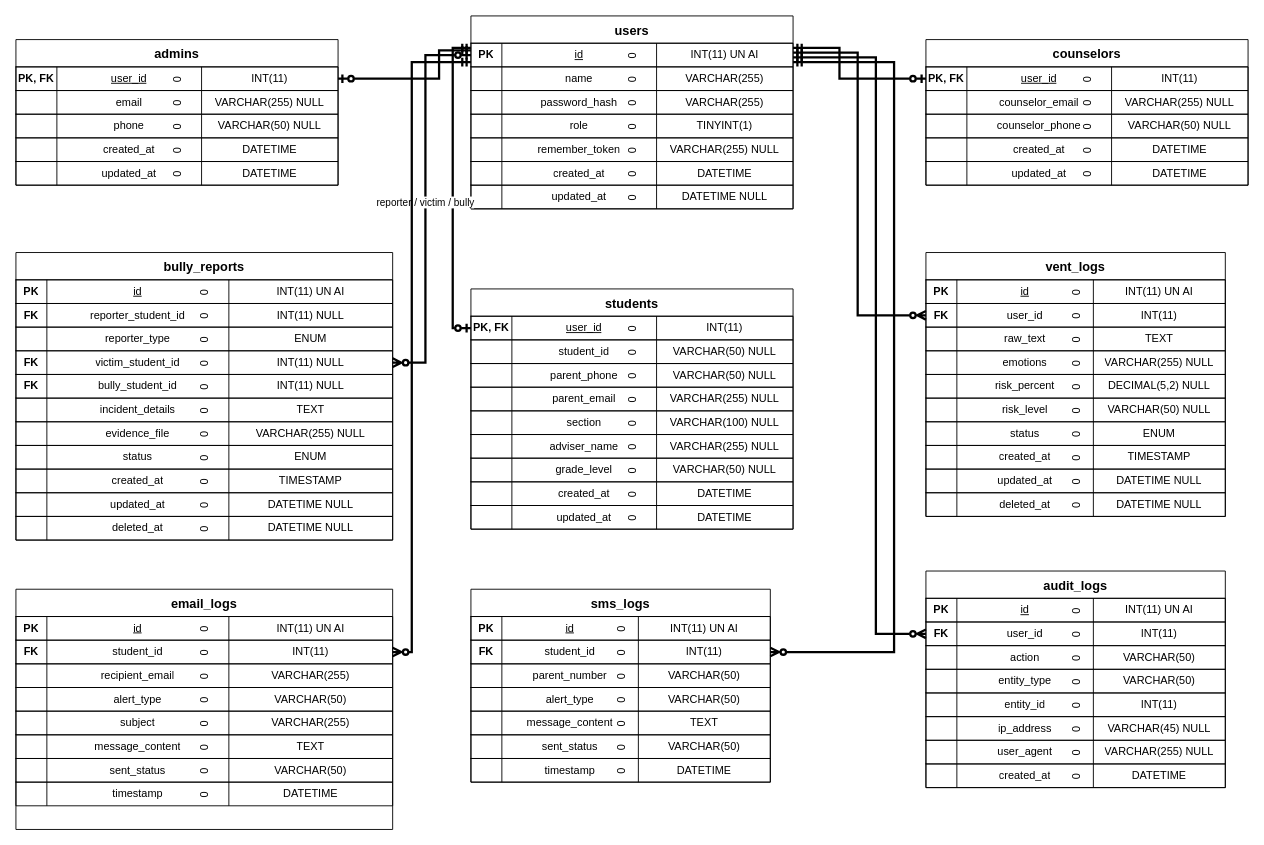
This is docs/erd_diagram.drawio from CrayCray3000/StudentShield-SoftwareEngineering, a draw.io file, before an edit. Source tidied: cells renumbered, new cells numbered last; positions are measured from the earlier drawing's top-left corner, leaving out a move shared by most shapes. Both pictures are drawn from the tidied source at 91%, with x=0, y=0 at pixel (15, 15).
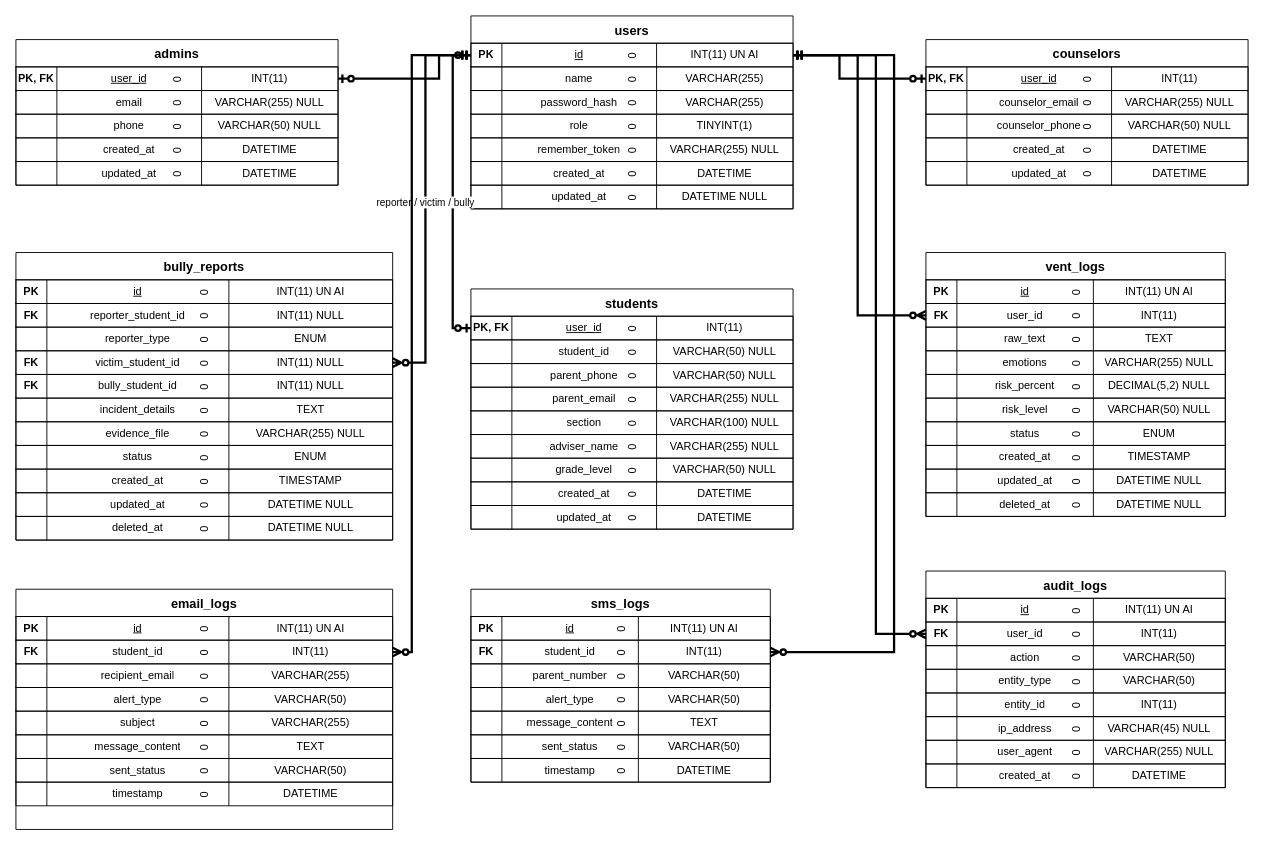
The same page after the edit.

Commit message (it also covers changes not shown here):
fix(erd): combine all exit horizontal lines of users table into unified bus at y=63

Unchanged cells that the change refers to:
```xml
<mxCell id="3" value="0" style="shape=tableRow;horizontal=0;startSize=0;swimlaneHead=0;swimlaneBody=0;fillColor=none;points=[[0,0.5],[1,0.5]];portConstraint=eastwest;fontSize=12;strokeColor=inherit;" parent="2" vertex="1">
  <mxGeometry y="30" width="354" height="26" as="geometry" />
</mxCell>
<mxCell id="32" value="0" style="shape=tableRow;horizontal=0;startSize=0;swimlaneHead=0;swimlaneBody=0;fillColor=none;points=[[0,0.5],[1,0.5]];portConstraint=eastwest;fontSize=12;strokeColor=inherit;" parent="31" vertex="1">
  <mxGeometry y="30" width="354" height="26" as="geometry" />
</mxCell>
<mxCell id="69" value="0" style="shape=tableRow;horizontal=0;startSize=0;swimlaneHead=0;swimlaneBody=0;fillColor=none;points=[[0,0.5],[1,0.5]];portConstraint=eastwest;fontSize=12;strokeColor=inherit;" parent="68" vertex="1">
  <mxGeometry y="30" width="354" height="26" as="geometry" />
</mxCell>
<mxCell id="90" value="0" style="shape=tableRow;horizontal=0;startSize=0;swimlaneHead=0;swimlaneBody=0;fillColor=none;points=[[0,0.5],[1,0.5]];portConstraint=eastwest;fontSize=12;strokeColor=inherit;" parent="89" vertex="1">
  <mxGeometry y="30" width="354" height="26" as="geometry" />
</mxCell>
<mxCell id="115" value="0" style="shape=tableRow;horizontal=0;startSize=0;swimlaneHead=0;swimlaneBody=0;fillColor=none;points=[[0,0.5],[1,0.5]];portConstraint=eastwest;fontSize=12;strokeColor=inherit;" parent="110" vertex="1">
  <mxGeometry y="56" width="329" height="26" as="geometry" />
</mxCell>
<mxCell id="156" value="0" style="shape=tableRow;horizontal=0;startSize=0;swimlaneHead=0;swimlaneBody=0;fillColor=none;points=[[0,0.5],[1,0.5]];portConstraint=eastwest;fontSize=12;strokeColor=inherit;" parent="151" vertex="1">
  <mxGeometry y="56" width="329" height="26" as="geometry" />
</mxCell>
<mxCell id="189" value="0" style="shape=tableRow;horizontal=0;startSize=0;swimlaneHead=0;swimlaneBody=0;fillColor=none;points=[[0,0.5],[1,0.5]];portConstraint=eastwest;fontSize=12;strokeColor=inherit;" parent="184" vertex="1">
  <mxGeometry y="56" width="329" height="26" as="geometry" />
</mxCell>
<mxCell id="263" value="0" style="shape=tableRow;horizontal=0;startSize=0;swimlaneHead=0;swimlaneBody=0;fillColor=none;points=[[0,0.5],[1,0.5]];portConstraint=eastwest;fontSize=12;strokeColor=inherit;" parent="258" vertex="1">
  <mxGeometry y="56" width="414" height="26" as="geometry" />
</mxCell>
```

The edit, as a diff of the source:
```diff
@@
-    <mxCell id="291" style="edgeStyle=orthogonalEdgeStyle;rounded=0;jettySize=auto;html=1;endArrow=ERzeroToOne;endFill=0;startArrow=ERmandOne;startFill=0;strokeColor=#000000;strokeWidth=2.5;exitX=0;exitY=0.2;exitDx=0;exitDy=0;exitPerimeter=0;entryX=0;entryY=0.5;entryDx=0;entryDy=0;entryPerimeter=0;" parent="1" edge="1" source="3" target="32">
+    <mxCell id="291" style="edgeStyle=orthogonalEdgeStyle;rounded=0;jettySize=auto;html=1;endArrow=ERzeroToOne;endFill=0;startArrow=ERmandOne;startFill=0;strokeColor=#000000;strokeWidth=2.5;exitX=0;exitY=0.5;exitDx=0;exitDy=0;exitPerimeter=0;entryX=0;entryY=0.5;entryDx=0;entryDy=0;entryPerimeter=0;" parent="1" edge="1" source="3" target="32">
       <mxGeometry relative="1" as="geometry">
         <Array as="points">
-          <mxPoint x="480" y="35" />
+          <mxPoint x="480" y="43" />
           <mxPoint x="480" y="343" />
         </Array>
       </mxGeometry>
     </mxCell>
-    <mxCell id="292" style="edgeStyle=orthogonalEdgeStyle;rounded= rounded=0;jettySize=auto;html=1;endArrow=ERzeroToOne;endFill=0;startArrow=ERmandOne;startFill=0;strokeColor=#000000;strokeWidth=2.5;exitX=1;exitY=0.2;exitDx=0;exitDy=0;exitPerimeter=0;entryX=0;entryY=0.5;entryDx=0;entryDy=0;entryPerimeter=0;" parent="1" edge="1" source="3" target="69">
+    <mxCell id="292" style="edgeStyle=orthogonalEdgeStyle;rounded=0;jettySize=auto;html=1;endArrow=ERzeroToOne;endFill=0;startArrow=ERmandOne;startFill=0;strokeColor=#000000;strokeWidth=2.5;exitX=1;exitY=0.5;exitDx=0;exitDy=0;exitPerimeter=0;entryX=0;entryY=0.5;entryDx=0;entryDy=0;entryPerimeter=0;" parent="1" edge="1" source="3" target="69">
       <mxGeometry relative="1" as="geometry">
         <Array as="points">
-          <mxPoint x="905" y="35" />
+          <mxPoint x="905" y="43" />
           <mxPoint x="905" y="69" />
         </Array>
       </mxGeometry>
     </mxCell>
-    <mxCell id="293" style="edgeStyle=orthogonalEdgeStyle;rounded=0;jettySize=auto;html=1;endArrow=ERzeroToOne;endFill=0;startArrow=ERmandOne;startFill=0;strokeColor=#000000;strokeWidth=2.5;exitX=0;exitY=0.3;exitDx=0;exitDy=0;exitPerimeter=0;entryX=1;entryY=0.5;entryDx=0;entryDy=0;entryPerimeter=0;" parent="1" edge="1" source="3" target="90">
+    <mxCell id="293" style="edgeStyle=orthogonalEdgeStyle;rounded=0;jettySize=auto;html=1;endArrow=ERzeroToOne;endFill=0;startArrow=ERmandOne;startFill=0;strokeColor=#000000;strokeWidth=2.5;exitX=0;exitY=0.5;exitDx=0;exitDy=0;exitPerimeter=0;entryX=1;entryY=0.5;entryDx=0;entryDy=0;entryPerimeter=0;" parent="1" edge="1" source="3" target="90">
       <mxGeometry relative="1" as="geometry">
         <Array as="points">
-          <mxPoint x="465" y="38" />
+          <mxPoint x="465" y="43" />
           <mxPoint x="465" y="69" />
         </Array>
       </mxGeometry>
     </mxCell>
-    <mxCell id="294" style="edgeStyle=orthogonalEdgeStyle;rounded=0;jettySize=auto;html=1;endArrow=ERzeroToMany;endFill=0;startArrow=ERmandOne;startFill=0;strokeColor=#000000;strokeWidth=2.5;exitX=1;exitY=0.4;exitDx=0;exitDy=0;exitPerimeter=0;entryX=0;entryY=0.5;entryDx=0;entryDy=0;entryPerimeter=0;" parent="1" edge="1" source="3" target="115">
+    <mxCell id="294" style="edgeStyle=orthogonalEdgeStyle;rounded=0;jettySize=auto;html=1;endArrow=ERzeroToMany;endFill=0;startArrow=ERmandOne;startFill=0;strokeColor=#000000;strokeWidth=2.5;exitX=1;exitY=0.5;exitDx=0;exitDy=0;exitPerimeter=0;entryX=0;entryY=0.5;entryDx=0;entryDy=0;entryPerimeter=0;" parent="1" edge="1" source="3" target="115">
       <mxGeometry relative="1" as="geometry">
         <Array as="points">
-          <mxPoint x="925" y="40" />
+          <mxPoint x="925" y="43" />
           <mxPoint x="925" y="329" />
         </Array>
       </mxGeometry>
     </mxCell>
-    <mxCell id="295" style="edgeStyle=orthogonalEdgeStyle;rounded=0;jettySize=auto;html=1;endArrow=ERzeroToMany;endFill=0;startArrow=ERmandOne;startFill=0;strokeColor=#000000;strokeWidth=2.5;exitX=1;exitY=0.6;exitDx=0;exitDy=0;exitPerimeter=0;entryX=0;entryY=0.5;entryDx=0;entryDy=0;entryPerimeter=0;" parent="1" edge="1" source="3" target="156">
+    <mxCell id="295" style="edgeStyle=orthogonalEdgeStyle;rounded=0;jettySize=auto;html=1;endArrow=ERzeroToMany;endFill=0;startArrow=ERmandOne;startFill=0;strokeColor=#000000;strokeWidth=2.5;exitX=1;exitY=0.5;exitDx=0;exitDy=0;exitPerimeter=0;entryX=0;entryY=0.5;entryDx=0;entryDy=0;entryPerimeter=0;" parent="1" edge="1" source="3" target="156">
       <mxGeometry relative="1" as="geometry">
         <Array as="points">
-          <mxPoint x="945" y="46" />
+          <mxPoint x="945" y="43" />
           <mxPoint x="945" y="679" />
         </Array>
       </mxGeometry>
     </mxCell>
-    <mxCell id="296" style="edgeStyle=orthogonalEdgeStyle;rounded=0;jettySize=auto;html=1;endArrow=ERzeroToMany;endFill=0;startArrow=ERmandOne;startFill=0;strokeColor=#000000;strokeWidth=2.5;exitX=1;exitY=0.8;exitDx=0;exitDy=0;exitPerimeter=0;entryX=1;entryY=0.5;entryDx=0;entryDy=0;entryPerimeter=0;" parent="1" edge="1" source="3" target="189">
+    <mxCell id="296" style="edgeStyle=orthogonalEdgeStyle;rounded=0;jettySize=auto;html=1;endArrow=ERzeroToMany;endFill=0;startArrow=ERmandOne;startFill=0;strokeColor=#000000;strokeWidth=2.5;exitX=1;exitY=0.5;exitDx=0;exitDy=0;exitPerimeter=0;entryX=1;entryY=0.5;entryDx=0;entryDy=0;entryPerimeter=0;" parent="1" edge="1" source="3" target="189">
       <mxGeometry relative="1" as="geometry">
         <Array as="points">
-          <mxPoint x="965" y="51" />
+          <mxPoint x="965" y="43" />
           <mxPoint x="965" y="699" />
         </Array>
       </mxGeometry>
     </mxCell>
@@
-    <mxCell id="298" style="edgeStyle=orthogonalEdgeStyle;rounded=0;jettySize=auto;html=1;endArrow=ERzeroToMany;endFill=0;startArrow=ERmandOne;startFill=0;strokeColor=#000000;strokeWidth=2.5;exitX=0;exitY=0.8;exitDx=0;exitDy=0;exitPerimeter=0;entryX=1;entryY=0.5;entryDx=0;entryDy=0;entryPerimeter=0;" parent="1" edge="1" source="3" target="263">
+    <mxCell id="298" style="edgeStyle=orthogonalEdgeStyle;rounded=0;jettySize=auto;html=1;endArrow=ERzeroToMany;endFill=0;startArrow=ERmandOne;startFill=0;strokeColor=#000000;strokeWidth=2.5;exitX=0;exitY=0.5;exitDx=0;exitDy=0;exitPerimeter=0;entryX=1;entryY=0.5;entryDx=0;entryDy=0;entryPerimeter=0;" parent="1" edge="1" source="3" target="263">
       <mxGeometry relative="1" as="geometry">
         <Array as="points">
-          <mxPoint x="435" y="51" />
+          <mxPoint x="435" y="43" />
           <mxPoint x="435" y="699" />
         </Array>
       </mxGeometry>
     </mxCell>
```
